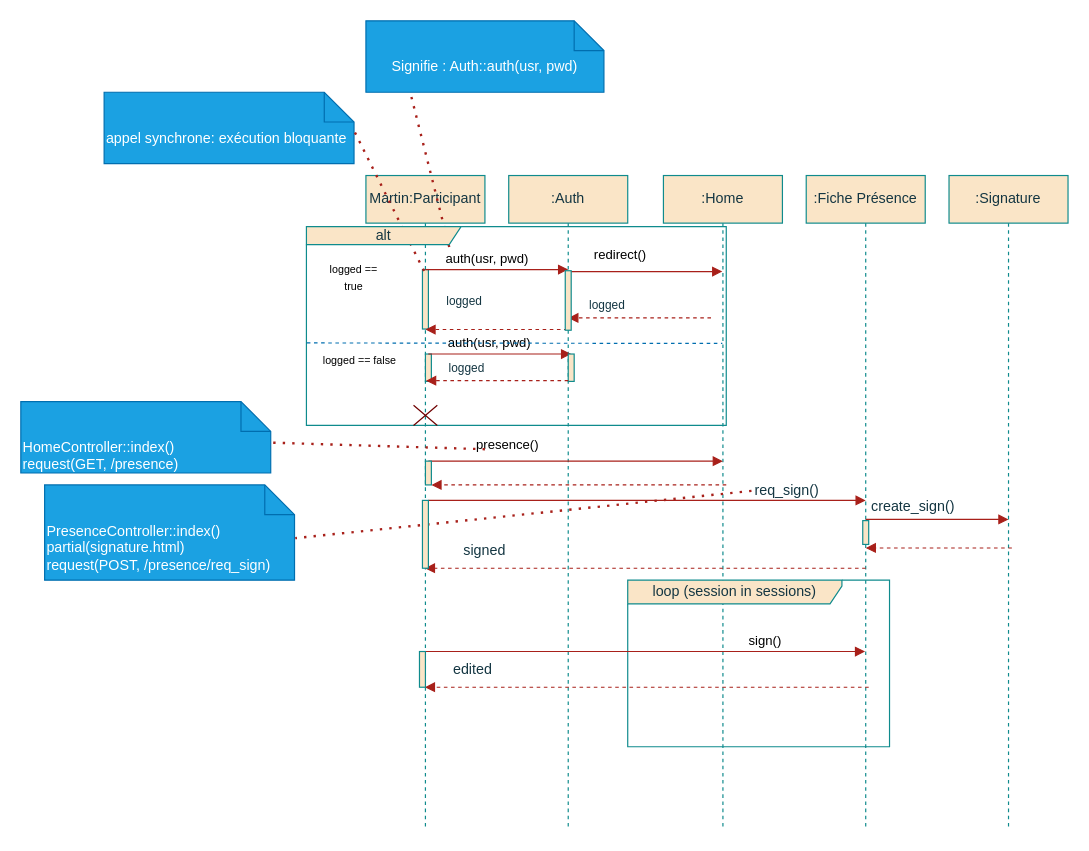
lamamram/251022-archi-logicielle keeps this draw.io diagram as diagrams/sequence_process_vue.drawio. Above is the earlier version. Source tidied: cells renumbered, new cells numbered last; positions are measured from the earlier drawing's top-left corner, leaving out a move shared by most shapes. Both pictures are drawn from the tidied source at 119%, with x=0, y=0 at pixel (20, 20).
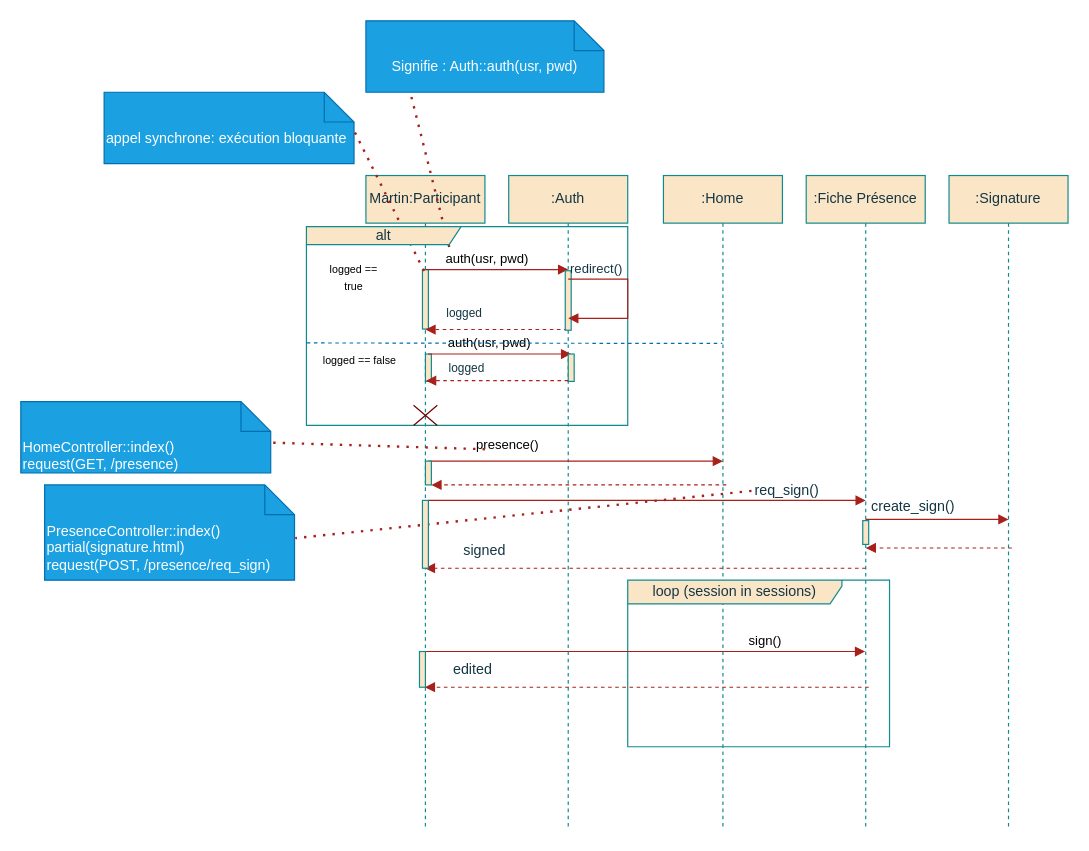
The same diagram, later.

Commit message (it also covers changes not shown here):
DAT: process view: sequence diag

The edit, as a diff of the source:
```diff
@@
     <mxCell id="12" value="&lt;font style=&quot;font-size: 10px;&quot;&gt;logged&lt;/font&gt;" style="text;html=1;whiteSpace=wrap;strokeColor=none;fillColor=none;align=center;verticalAlign=middle;rounded=0;labelBackgroundColor=none;fontColor=#143642;" parent="1" vertex="1">
-      <mxGeometry x="342.5" y="220" width="60" height="30" as="geometry" />
+      <mxGeometry x="342.5" y="230" width="60" height="30" as="geometry" />
     </mxCell>
@@
-    <mxCell id="15" value="redirect()" style="html=1;verticalAlign=bottom;labelBackgroundColor=none;endArrow=block;endFill=1;endSize=6;align=left;rounded=0;strokeColor=#A8201A;fontColor=default;" parent="1" edge="1">
-      <mxGeometry x="-0.69" y="5" relative="1" as="geometry">
-        <mxPoint x="459.9" y="210.7" as="sourcePoint" />
-        <mxPoint x="589.5" y="210.7" as="targetPoint" />
-      </mxGeometry>
-    </mxCell>
-    <mxCell id="16" style="html=1;verticalAlign=bottom;labelBackgroundColor=none;endArrow=block;endFill=1;dashed=1;rounded=0;entryX=0.5;entryY=0.967;entryDx=0;entryDy=0;entryPerimeter=0;strokeColor=#A8201A;fontColor=default;" parent="1" edge="1">
-      <mxGeometry relative="1" as="geometry">
-        <mxPoint x="580" y="249.7" as="sourcePoint" />
-        <mxPoint x="460" y="249.7" as="targetPoint" />
-      </mxGeometry>
-    </mxCell>
-    <mxCell id="17" value="&lt;font style=&quot;font-size: 10px;&quot;&gt;logged&lt;/font&gt;" style="text;html=1;whiteSpace=wrap;strokeColor=none;fillColor=none;align=center;verticalAlign=middle;rounded=0;labelBackgroundColor=none;fontColor=#143642;" parent="1" vertex="1">
-      <mxGeometry x="462.5" y="224" width="60" height="30" as="geometry" />
-    </mxCell>
@@
     <mxCell id="19" value="alt" style="shape=umlFrame;whiteSpace=wrap;html=1;width=130;height=15;labelBackgroundColor=none;fillColor=#FAE5C7;strokeColor=#0F8B8D;fontColor=#143642;" parent="1" vertex="1">
-      <mxGeometry x="240" y="173" width="352.8" height="167" as="geometry" />
+      <mxGeometry x="240" y="173" width="270" height="167" as="geometry" />
     </mxCell>
@@
+    <mxCell id="15" value="redirect()" style="html=1;verticalAlign=bottom;labelBackgroundColor=none;endArrow=block;endFill=1;endSize=6;align=left;rounded=0;strokeColor=#A8201A;fontColor=#143642;fillColor=#FAE5C7;" parent="1" edge="1">
+      <mxGeometry x="-1" relative="1" as="geometry">
+        <mxPoint x="460" y="217" as="sourcePoint" />
+        <mxPoint x="460" y="250" as="targetPoint" />
+        <Array as="points">
+          <mxPoint x="510" y="217" />
+          <mxPoint x="510" y="250" />
+        </Array>
+      </mxGeometry>
+    </mxCell>
```
